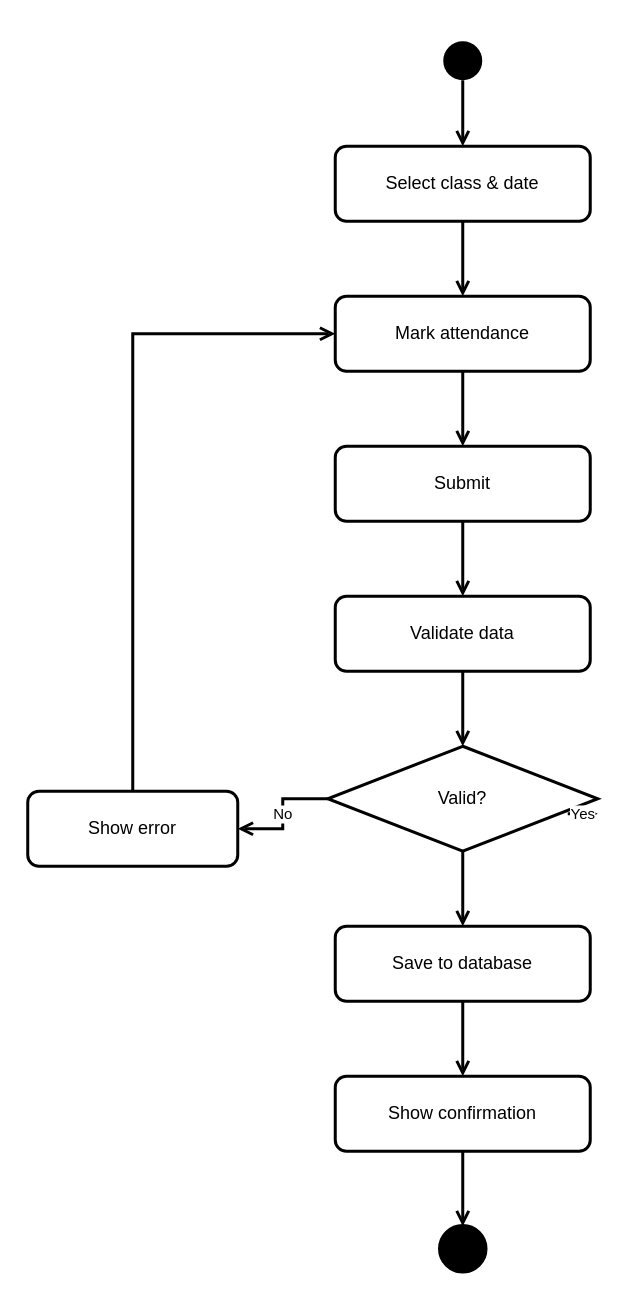
This is design/activity-diagrams/attendance-activity.drawio from blissed-out/cse_220_week_8, a draw.io file, before an edit. Source tidied: cells renumbered, new cells numbered last; positions are measured from the earlier drawing's top-left corner, leaving out a move shared by most shapes. Both pictures are drawn from the tidied source at 150%, with x=0, y=0 at pixel (27, 40).
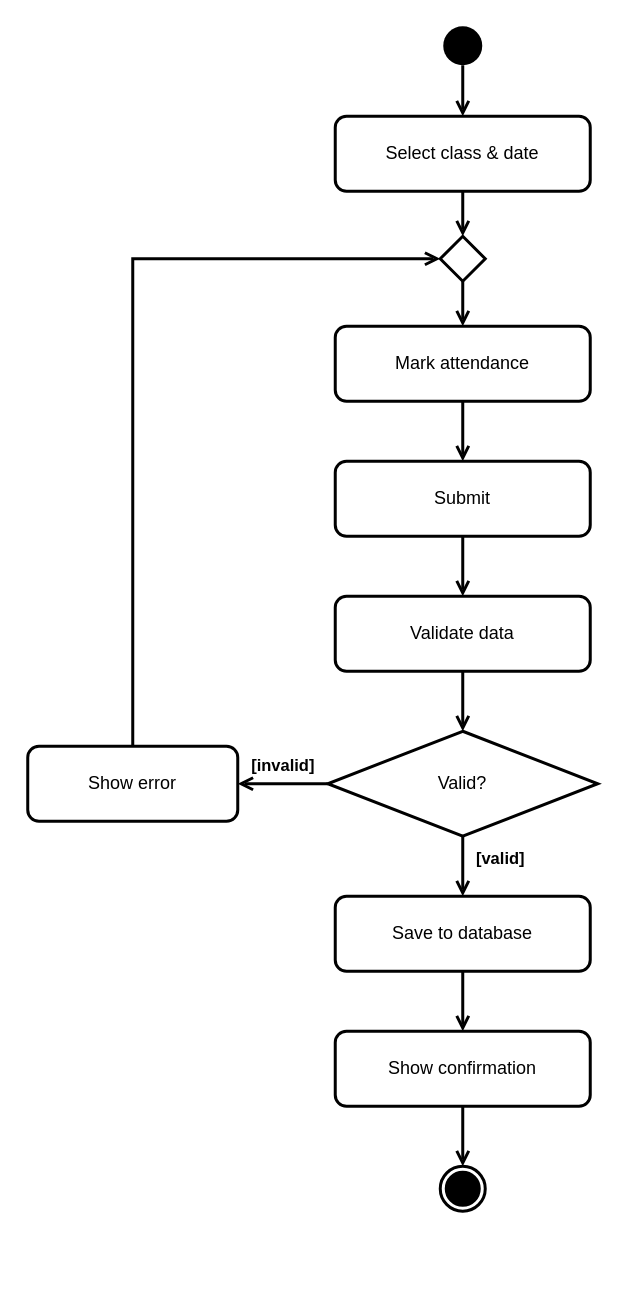
After the change.

Commit message (it also covers changes not shown here):
fix(design): standardize attendance activity diagram UML conventions

Change to the diagram source:
```diff
@@
     <mxCell id="2" style="ellipse;shape=ellipse;fillColor=#000000;strokeColor=none;html=1;" parent="1" vertex="1">
-      <mxGeometry x="277" width="26" height="26" as="geometry" />
+      <mxGeometry x="277" y="-10" width="26" height="26" as="geometry" />
     </mxCell>
     <mxCell id="3" value="Select class &amp; date" style="rounded=1;whiteSpace=wrap;html=1;fillColor=#ffffff;strokeColor=#000000;fontSize=12;strokeWidth=2;fontColor=#000000;" parent="1" vertex="1">
-      <mxGeometry x="205" y="70" width="170" height="50" as="geometry" />
+      <mxGeometry x="205" y="50" width="170" height="50" as="geometry" />
     </mxCell>
+    <mxCell id="23" style="shape=rhombus;whiteSpace=wrap;html=1;fillColor=#ffffff;strokeColor=#000000;strokeWidth=2;" parent="1" vertex="1">
+      <mxGeometry x="275" y="130" width="30" height="30" as="geometry" />
+    </mxCell>
     <mxCell id="4" value="Mark attendance" style="rounded=1;whiteSpace=wrap;html=1;fillColor=#ffffff;strokeColor=#000000;fontSize=12;strokeWidth=2;fontColor=#000000;" parent="1" vertex="1">
-      <mxGeometry x="205" y="170" width="170" height="50" as="geometry" />
+      <mxGeometry x="205" y="190" width="170" height="50" as="geometry" />
     </mxCell>
     <mxCell id="5" value="Submit" style="rounded=1;whiteSpace=wrap;html=1;fillColor=#ffffff;strokeColor=#000000;fontSize=12;strokeWidth=2;fontColor=#000000;" parent="1" vertex="1">
-      <mxGeometry x="205" y="270" width="170" height="50" as="geometry" />
+      <mxGeometry x="205" y="280" width="170" height="50" as="geometry" />
     </mxCell>
@@
     <mxCell id="7" value="Valid?" style="shape=rhombus;whiteSpace=wrap;html=1;fillColor=#ffffff;strokeColor=#000000;fontSize=12;strokeWidth=2;fontColor=#000000;" parent="1" vertex="1">
-      <mxGeometry x="200" y="470" width="180" height="70" as="geometry" />
+      <mxGeometry x="200" y="460" width="180" height="70" as="geometry" />
     </mxCell>
+    <mxCell id="11" value="Show error" style="rounded=1;whiteSpace=wrap;html=1;fillColor=#ffffff;strokeColor=#000000;fontSize=12;strokeWidth=2;fontColor=#000000;" parent="1" vertex="1">
+      <mxGeometry y="470" width="140" height="50" as="geometry" />
+    </mxCell>
     <mxCell id="8" value="Save to database" style="rounded=1;whiteSpace=wrap;html=1;fillColor=#ffffff;strokeColor=#000000;fontSize=12;strokeWidth=2;fontColor=#000000;" parent="1" vertex="1">
-      <mxGeometry x="205" y="590" width="170" height="50" as="geometry" />
+      <mxGeometry x="205" y="570" width="170" height="50" as="geometry" />
     </mxCell>
     <mxCell id="9" value="Show confirmation" style="rounded=1;whiteSpace=wrap;html=1;fillColor=#ffffff;strokeColor=#000000;fontSize=12;strokeWidth=2;fontColor=#000000;" parent="1" vertex="1">
-      <mxGeometry x="205" y="690" width="170" height="50" as="geometry" />
+      <mxGeometry x="205" y="660" width="170" height="50" as="geometry" />
     </mxCell>
-    <mxCell id="10" style="ellipse;shape=ellipse;fillColor=#000000;strokeColor=#000000;html=1;strokeWidth=3;" parent="1" vertex="1">
-      <mxGeometry x="275" y="790" width="30" height="30" as="geometry" />
+    <mxCell id="10" style="ellipse;html=1;shape=endState;fillColor=#000000;strokeColor=#000000;strokeWidth=2;" parent="1" vertex="1">
+      <mxGeometry x="275" y="750" width="30" height="30" as="geometry" />
     </mxCell>
-    <mxCell id="11" value="Show error" style="rounded=1;whiteSpace=wrap;html=1;fillColor=#ffffff;strokeColor=#000000;fontSize=12;strokeWidth=2;fontColor=#000000;" parent="1" vertex="1">
-      <mxGeometry y="500" width="140" height="50" as="geometry" />
-    </mxCell>
     <mxCell id="12" style="endArrow=open;endFill=0;html=1;rounded=0;fontSize=10;strokeWidth=2;strokeColor=#000000;" parent="1" edge="1">
       <mxGeometry as="geometry">
-        <mxPoint x="290" y="26" as="sourcePoint" />
-        <mxPoint x="290" y="70" as="targetPoint" />
+        <mxPoint x="290" y="16" as="sourcePoint" />
+        <mxPoint x="290" y="50" as="targetPoint" />
       </mxGeometry>
     </mxCell>
     <mxCell id="13" style="endArrow=open;endFill=0;html=1;rounded=0;fontSize=10;strokeWidth=2;strokeColor=#000000;" parent="1" edge="1">
       <mxGeometry as="geometry">
-        <mxPoint x="290" y="120" as="sourcePoint" />
-        <mxPoint x="290" y="170" as="targetPoint" />
+        <mxPoint x="290" y="100" as="sourcePoint" />
+        <mxPoint x="290" y="130" as="targetPoint" />
       </mxGeometry>
     </mxCell>
     <mxCell id="14" style="endArrow=open;endFill=0;html=1;rounded=0;fontSize=10;strokeWidth=2;strokeColor=#000000;" parent="1" edge="1">
       <mxGeometry as="geometry">
-        <mxPoint x="290" y="220" as="sourcePoint" />
-        <mxPoint x="290" y="270" as="targetPoint" />
+        <mxPoint x="290" y="160" as="sourcePoint" />
+        <mxPoint x="290" y="190" as="targetPoint" />
       </mxGeometry>
     </mxCell>
     <mxCell id="15" style="endArrow=open;endFill=0;html=1;rounded=0;fontSize=10;strokeWidth=2;strokeColor=#000000;" parent="1" edge="1">
       <mxGeometry as="geometry">
-        <mxPoint x="290" y="320" as="sourcePoint" />
-        <mxPoint x="290" y="370" as="targetPoint" />
+        <mxPoint x="290" y="240" as="sourcePoint" />
+        <mxPoint x="290" y="280" as="targetPoint" />
       </mxGeometry>
     </mxCell>
     <mxCell id="16" style="endArrow=open;endFill=0;html=1;rounded=0;fontSize=10;strokeWidth=2;strokeColor=#000000;" parent="1" edge="1">
       <mxGeometry as="geometry">
-        <mxPoint x="290" y="420" as="sourcePoint" />
-        <mxPoint x="290" y="470" as="targetPoint" />
+        <mxPoint x="290" y="330" as="sourcePoint" />
+        <mxPoint x="290" y="370" as="targetPoint" />
       </mxGeometry>
     </mxCell>
     <mxCell id="17" style="endArrow=open;endFill=0;html=1;rounded=0;fontSize=10;strokeWidth=2;strokeColor=#000000;" parent="1" edge="1">
       <mxGeometry as="geometry">
-        <mxPoint x="290" y="540" as="sourcePoint" />
-        <mxPoint x="290" y="590" as="targetPoint" />
+        <mxPoint x="290" y="420" as="sourcePoint" />
+        <mxPoint x="290" y="460" as="targetPoint" />
       </mxGeometry>
     </mxCell>
-    <mxCell id="18" style="endArrow=open;endFill=0;html=1;rounded=0;fontSize=10;strokeWidth=2;strokeColor=#000000;" parent="1" edge="1">
+    <mxCell id="18" value="[invalid]" style="endArrow=open;endFill=0;html=1;rounded=0;fontSize=11;fontColor=#000000;fontStyle=1;strokeWidth=2;strokeColor=#000000;" parent="1" edge="1">
       <mxGeometry as="geometry">
-        <mxPoint x="290" y="640" as="sourcePoint" />
-        <mxPoint x="290" y="690" as="targetPoint" />
+        <mxPoint x="200" y="495" as="sourcePoint" />
+        <mxPoint x="140" y="495" as="targetPoint" />
+        <mxPoint y="-12" as="offset" />
       </mxGeometry>
     </mxCell>
     <mxCell id="19" style="endArrow=open;endFill=0;html=1;rounded=0;fontSize=10;strokeWidth=2;strokeColor=#000000;" parent="1" edge="1">
       <mxGeometry as="geometry">
-        <mxPoint x="290" y="740" as="sourcePoint" />
-        <mxPoint x="290" y="790" as="targetPoint" />
+        <mxPoint x="70" y="470" as="sourcePoint" />
+        <mxPoint x="275" y="145" as="targetPoint" />
+        <Array as="points">
+          <mxPoint x="70" y="145" />
+        </Array>
       </mxGeometry>
     </mxCell>
-    <mxCell id="20" value="No" style="endArrow=open;endFill=0;html=1;rounded=0;fontSize=10;strokeWidth=2;fontColor=#000000;strokeColor=#000000;" parent="1" edge="1">
+    <mxCell id="20" value="[valid]" style="endArrow=open;endFill=0;html=1;rounded=0;fontSize=11;fontColor=#000000;fontStyle=1;strokeWidth=2;strokeColor=#000000;" parent="1" edge="1">
       <mxGeometry as="geometry">
-        <mxPoint x="200" y="505" as="sourcePoint" />
-        <mxPoint x="140" y="525" as="targetPoint" />
-        <Array as="points">
-          <mxPoint x="170" y="505" />
-          <mxPoint x="170" y="525" />
-        </Array>
+        <mxPoint x="290" y="530" as="sourcePoint" />
+        <mxPoint x="290" y="570" as="targetPoint" />
+        <mxPoint x="25" y="-5" as="offset" />
       </mxGeometry>
     </mxCell>
     <mxCell id="21" style="endArrow=open;endFill=0;html=1;rounded=0;fontSize=10;strokeWidth=2;strokeColor=#000000;" parent="1" edge="1">
       <mxGeometry as="geometry">
-        <mxPoint x="70" y="500" as="sourcePoint" />
-        <mxPoint x="205" y="195" as="targetPoint" />
-        <Array as="points">
-          <mxPoint x="70" y="195" />
-        </Array>
+        <mxPoint x="290" y="620" as="sourcePoint" />
+        <mxPoint x="290" y="660" as="targetPoint" />
       </mxGeometry>
     </mxCell>
-    <mxCell id="22" value="Yes" style="endArrow=open;endFill=0;html=1;rounded=0;fontSize=10;strokeWidth=2;fontColor=#000000;strokeColor=#000000;" parent="1" edge="1">
+    <mxCell id="22" style="endArrow=open;endFill=0;html=1;rounded=0;fontSize=10;strokeWidth=2;strokeColor=#000000;" parent="1" edge="1">
       <mxGeometry as="geometry">
-        <mxPoint x="360" y="515" as="sourcePoint" />
-        <mxPoint x="380" y="515" as="targetPoint" />
+        <mxPoint x="290" y="710" as="sourcePoint" />
+        <mxPoint x="290" y="750" as="targetPoint" />
       </mxGeometry>
     </mxCell>
```
